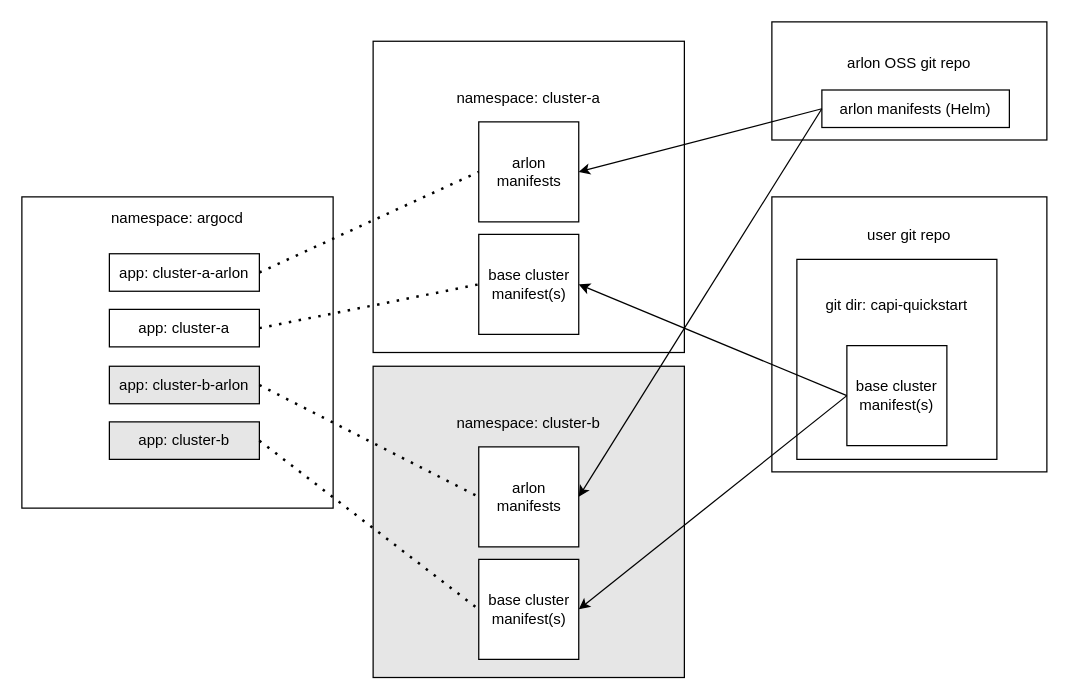
Earlier version of the draw.io diagram docs/arlon_gen2.drawio (arlonproj/arlon). Source tidied: cells renumbered, new cells numbered last; positions are measured from the earlier drawing's top-left corner, leaving out a move shared by most shapes. Both pictures are drawn from the tidied source at 125%, with x=0, y=0 at pixel (21, 21).
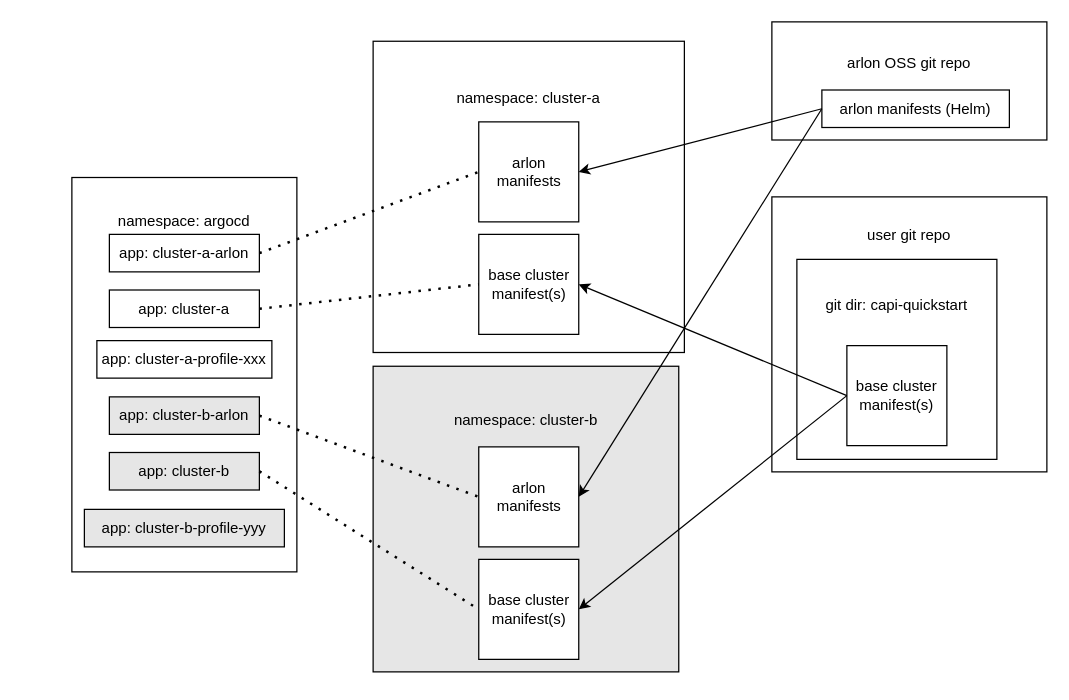
The same page after the edit.

Commit message (it also covers changes not shown here):
new design doc for baseclusters, and update diagram

Change to the diagram source:
```diff
@@
-    <mxCell id="2" value="&lt;div&gt;namespace: argocd&lt;/div&gt;&lt;div&gt;&lt;br&gt;&lt;/div&gt;&lt;div&gt;&lt;br&gt;&lt;/div&gt;&lt;div&gt;&lt;br&gt;&lt;/div&gt;&lt;div&gt;&lt;br&gt;&lt;/div&gt;&lt;div&gt;&lt;br&gt;&lt;/div&gt;&lt;div&gt;&lt;br&gt;&lt;/div&gt;&lt;br&gt;&lt;br&gt;&lt;br&gt;&lt;div&gt;&lt;br&gt;&lt;/div&gt;&lt;div&gt;&lt;br&gt;&lt;/div&gt;&lt;div&gt;&lt;br&gt;&lt;/div&gt;&lt;div&gt;&lt;br&gt;&lt;/div&gt;&lt;div&gt;&lt;br&gt;&lt;/div&gt;&lt;div&gt;&lt;br&gt;&lt;/div&gt;" style="whiteSpace=wrap;html=1;" parent="1" vertex="1">
-      <mxGeometry y="140" width="249" height="249" as="geometry" />
+    <mxCell id="2" value="namespace: argocd&lt;br&gt;&lt;br&gt;&lt;br&gt;&lt;br&gt;&lt;br&gt;&lt;br&gt;&lt;br&gt;&lt;br&gt;&lt;br&gt;&lt;br&gt;&lt;br&gt;&lt;br&gt;&lt;br&gt;&lt;br&gt;&lt;br&gt;&lt;br&gt;&lt;br&gt;&lt;br&gt;" style="rounded=0;whiteSpace=wrap;html=1;" parent="1" vertex="1">
+      <mxGeometry x="40" y="124.5" width="180" height="315.5" as="geometry" />
     </mxCell>
@@
     <mxCell id="9" value="&lt;div&gt;namespace: cluster-b&lt;/div&gt;&lt;div&gt;&lt;br&gt;&lt;/div&gt;&lt;div&gt;&lt;br&gt;&lt;/div&gt;&lt;div&gt;&lt;br&gt;&lt;/div&gt;&lt;div&gt;&lt;br&gt;&lt;/div&gt;&lt;div&gt;&lt;br&gt;&lt;/div&gt;&lt;div&gt;&lt;br&gt;&lt;/div&gt;&lt;div&gt;&lt;br&gt;&lt;/div&gt;&lt;br&gt;&lt;br&gt;&lt;br&gt;&lt;br&gt;" style="whiteSpace=wrap;html=1;fillColor=#E6E6E6;" parent="1" vertex="1">
-      <mxGeometry x="281" y="275.5" width="249" height="249" as="geometry" />
+      <mxGeometry x="281" y="275.5" width="244.5" height="244.5" as="geometry" />
     </mxCell>
@@
     <mxCell id="14" value="app: cluster-a" style="rounded=0;whiteSpace=wrap;html=1;" parent="1" vertex="1">
-      <mxGeometry x="70" y="230" width="120" height="30" as="geometry" />
+      <mxGeometry x="70" y="214.5" width="120" height="30" as="geometry" />
     </mxCell>
     <mxCell id="15" value="app: cluster-a-arlon" style="rounded=0;whiteSpace=wrap;html=1;" parent="1" vertex="1">
-      <mxGeometry x="70" y="185.5" width="120" height="30" as="geometry" />
+      <mxGeometry x="70" y="170" width="120" height="30" as="geometry" />
     </mxCell>
     <mxCell id="16" value="app: cluster-b" style="rounded=0;whiteSpace=wrap;html=1;fillColor=#E6E6E6;" parent="1" vertex="1">
-      <mxGeometry x="70" y="320" width="120" height="30" as="geometry" />
+      <mxGeometry x="70" y="344.5" width="120" height="30" as="geometry" />
     </mxCell>
     <mxCell id="17" value="app: cluster-b-arlon" style="rounded=0;whiteSpace=wrap;html=1;fillColor=#E6E6E6;" parent="1" vertex="1">
-      <mxGeometry x="70" y="275.5" width="120" height="30" as="geometry" />
+      <mxGeometry x="70" y="300" width="120" height="30" as="geometry" />
     </mxCell>
@@
+    <mxCell id="26" value="app: cluster-a-profile-xxx" style="rounded=0;whiteSpace=wrap;html=1;" parent="1" vertex="1">
+      <mxGeometry x="60" y="255" width="140" height="30" as="geometry" />
+    </mxCell>
+    <mxCell id="27" value="app: cluster-b-profile-yyy" style="rounded=0;whiteSpace=wrap;html=1;fillColor=#E6E6E6;" parent="1" vertex="1">
+      <mxGeometry x="50" y="390" width="160" height="30" as="geometry" />
+    </mxCell>
```
